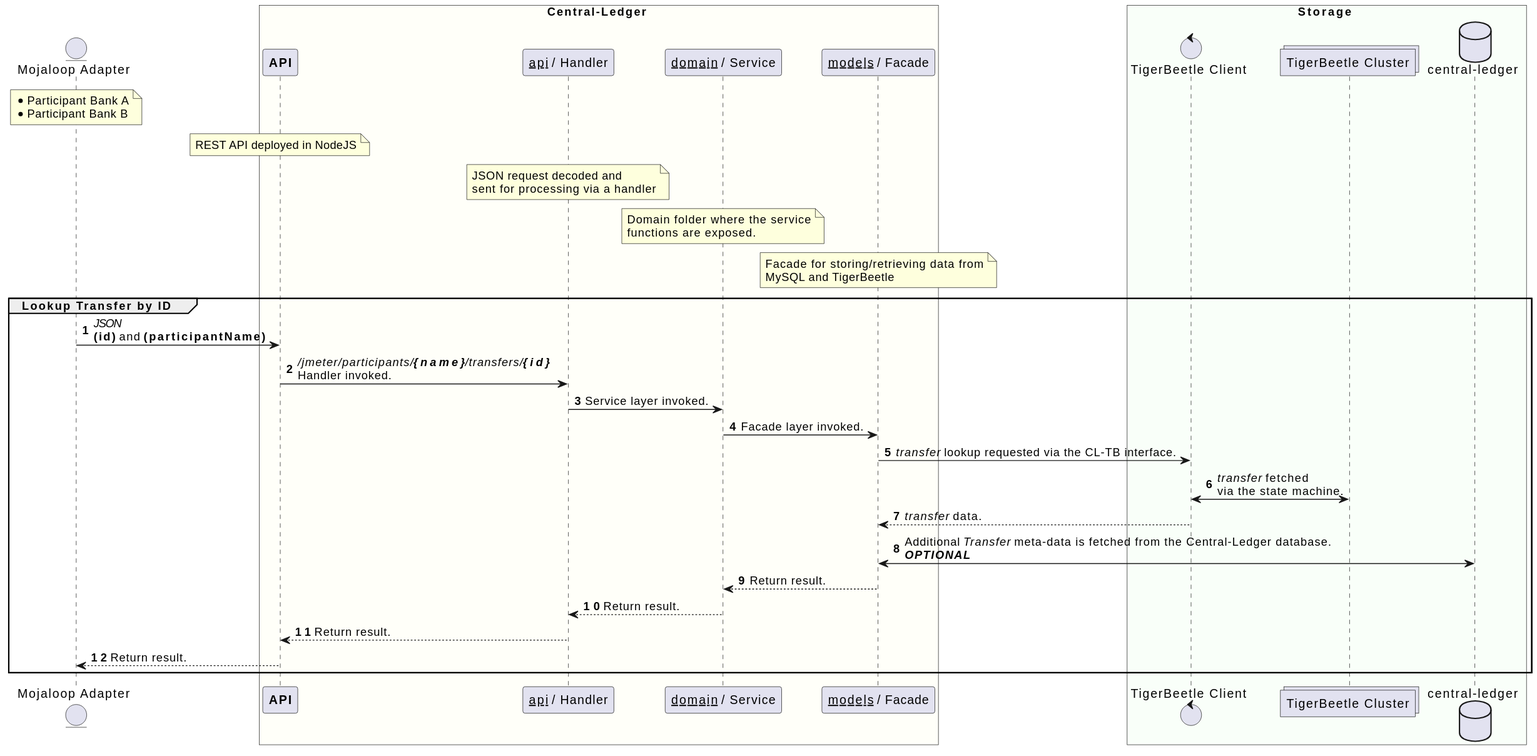
Before: solution_design/sequence-transfer-tb-enabled-lookup.svg, a diagram exported from PlantUML (coilhq/mucoa).
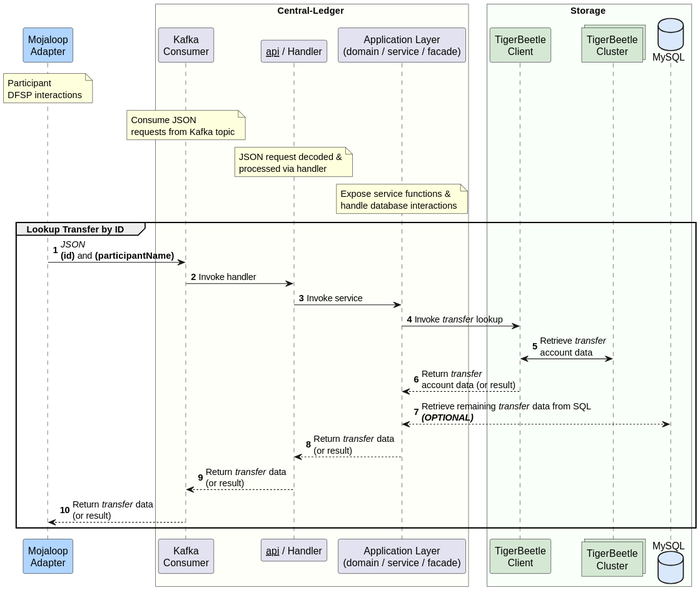
Above is the later version.

What changed in the source:
```diff
@@ -1,55 +1,50 @@
 @startuml
-entity "Mojaloop Adapter" as dfsp
+
+participant "Mojaloop\nAdapter" as dfsp #B0D5FF
 note over dfsp
-    * Participant Bank A
-    * Participant Bank B
+    Participant
+    DFSP interactions
 end note
 
 box Central-Ledger #FFFFF9
-    participant "**API**" as cl_api
+    participant "Kafka\nConsumer" as cl_consume_kafka
     participant "__api__ / Handler" as cl_handler
-    participant "__domain__ / Service" as cl_domain
-    participant "__models__ / Facade" as cl_facade
+    participant "Application Layer\n(domain / service / facade)" as cl_domain
 
-    note over cl_api
-        REST API deployed in NodeJS
-    end note
+        note over cl_consume_kafka
+            Consume JSON
+            requests from Kafka topic
+        end note
 
-    note over cl_handler
-        JSON request decoded and
-        sent for processing via a handler
-    end note
+        note over cl_handler
+            JSON request decoded &
+            processed via handler
+        end note
 
-    note over cl_domain
-        Domain folder where the service
-        functions are exposed.
-    end note
-
-    note over cl_facade
-        Facade for storing/retrieving data from
-        MySQL and TigerBeetle
-    end note
+        note over cl_domain
+            Expose service functions &
+            handle database interactions
+        end note
 end box
 
 box Storage #F9FFF9
-	control "TigerBeetle Client" as tb_client
-	collections "TigerBeetle Cluster" as tb_nodes
-    database "central-ledger" as cl_db
+	participant "TigerBeetle\nClient" as tb_client #D5E8D4
+    collections "TigerBeetle\nCluster" as tb_nodes #D5E8D4
+    database "MySQL" as cl_db #DAE8FC
 end box
 
 autonumber
 group Lookup Transfer by ID
-    dfsp -> cl_api : //JSON// \n**(id)** and **(participantName)**
-    cl_api -> cl_handler : ///jmeter/participants/**{name}**/transfers/**{id}**// \nHandler invoked.
-    cl_handler -> cl_domain : Service layer invoked.
-    cl_domain -> cl_facade : Facade layer invoked.
-    cl_facade -> tb_client : //transfer// lookup requested via the CL-TB interface.
-    tb_client <-> tb_nodes : //transfer// fetched\nvia the state machine.
-    tb_client --> cl_facade : //transfer// data.
-    cl_facade <-> cl_db : Additional //Transfer// meta-data is fetched from the Central-Ledger database.\n**//OPTIONAL//**
-    cl_facade --> cl_domain : Return result.
-    cl_domain --> cl_handler : Return result.
-    cl_handler --> cl_api : Return result.
-    cl_api --> dfsp : Return result.
+    dfsp -> cl_consume_kafka : //JSON// \n**(id)** and **(participantName)**
+    cl_consume_kafka -> cl_handler : Invoke handler
+    cl_handler -> cl_domain : Invoke service
+    cl_domain -> tb_client : Invoke //transfer// lookup
+    tb_client <-> tb_nodes : Retrieve //transfer// \naccount data
+    tb_client --> cl_domain : Return //transfer// \naccount data (or result)
+    cl_domain <--> cl_db : Retrieve remaining //transfer// data from SQL\n**//(OPTIONAL)//**
+    cl_domain --> cl_handler : Return //transfer// data \n(or result)
+    cl_handler --> cl_consume_kafka : Return //transfer// data \n(or result)
+    cl_consume_kafka --> dfsp : Return //transfer// data \n(or result)
 end
+
 @enduml
```
